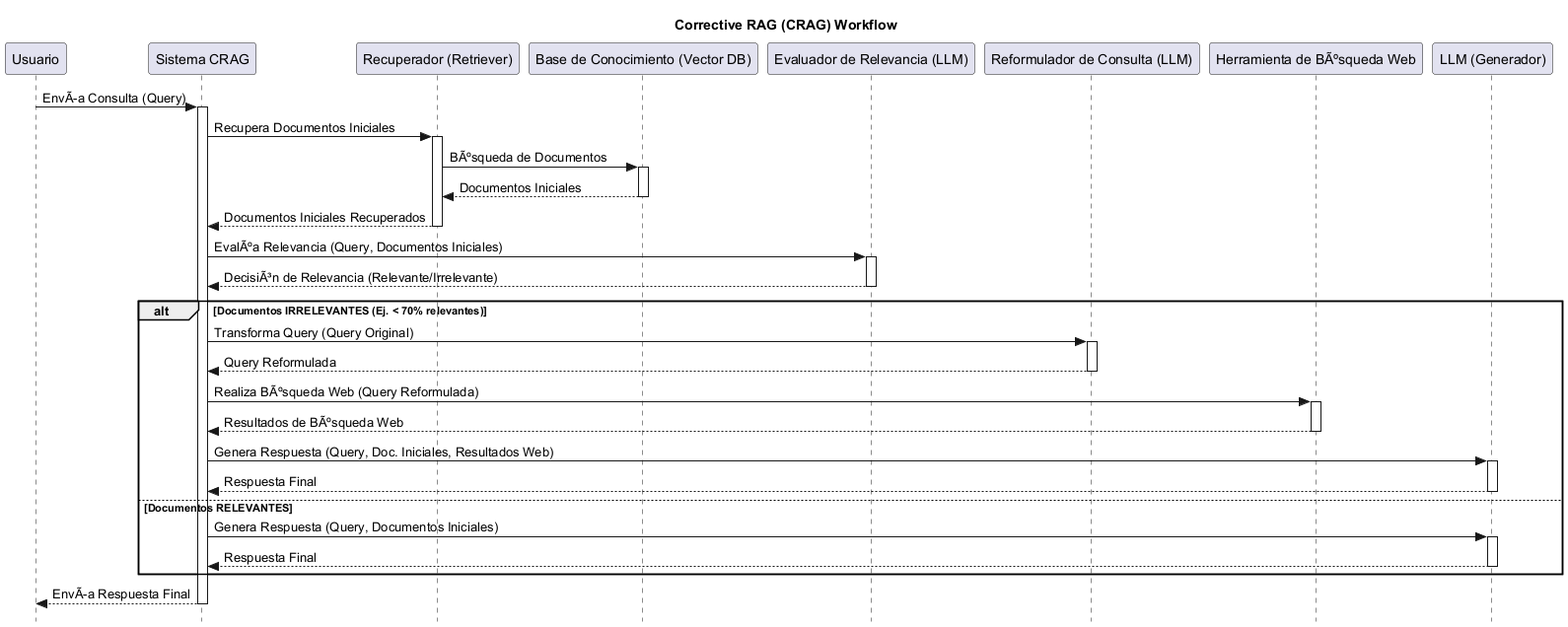
Earlier version of the PlantUML export img/crag.png (carloss4dv/langagent).
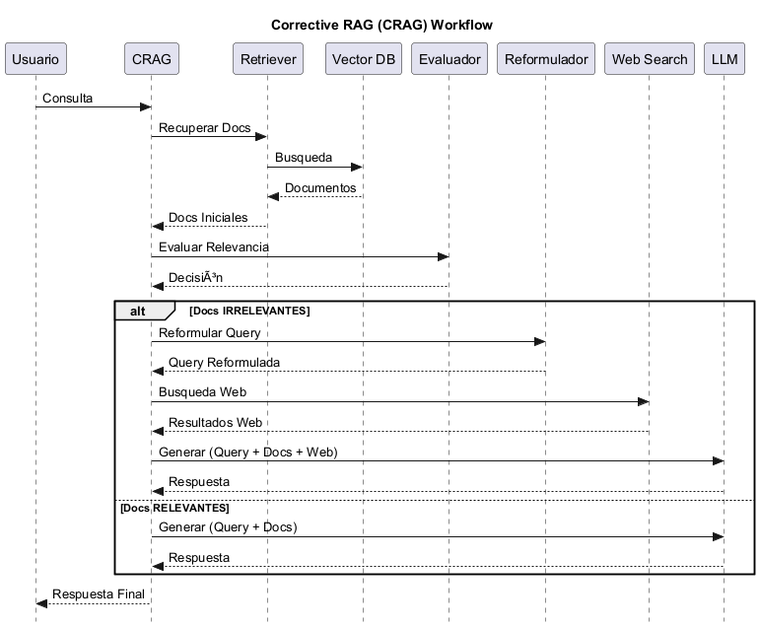
The same diagram one commit later.

Change to the diagram source:
```diff
@@ -4,54 +4,35 @@
 title Corrective RAG (CRAG) Workflow
 
 participant "Usuario" as User
-participant "Sistema CRAG" as CRAGSystem
-participant "Recuperador (Retriever)" as Retriever
-participant "Base de Conocimiento (Vector DB)" as VectorDB
-participant "Evaluador de Relevancia (LLM)" as Evaluator
-participant "Reformulador de Consulta (LLM)" as QueryRewriter
-participant "Herramienta de BÃºsqueda Web" as WebSearchTool
-participant "LLM (Generador)" as LLM
+participant "CRAG" as System
+participant "Retriever" as Ret
+participant "Vector DB" as DB
+participant "Evaluador" as Eval
+participant "Reformulador" as Reform
+participant "Web Search" as Web
+participant "LLM" as Gen
 
-User -> CRAGSystem: EnvÃ­a Consulta (Query)
-activate CRAGSystem
+User -> System: Consulta
+System -> Ret: Recuperar Docs
+Ret -> DB: Busqueda
+DB --> Ret: Documentos
+Ret --> System: Docs Iniciales
 
-CRAGSystem -> Retriever: Recupera Documentos Iniciales
-activate Retriever
-Retriever -> VectorDB: BÃºsqueda de Documentos
-activate VectorDB
-VectorDB --> Retriever: Documentos Iniciales
-deactivate VectorDB
-Retriever --> CRAGSystem: Documentos Iniciales Recuperados
-deactivate Retriever
+System -> Eval: Evaluar Relevancia
+Eval --> System: DecisiÃ³n
 
-CRAGSystem -> Evaluator: EvalÃºa Relevancia (Query, Documentos Iniciales)
-activate Evaluator
-Evaluator --> CRAGSystem: DecisiÃ³n de Relevancia (Relevante/Irrelevante)
-deactivate Evaluator
-
-alt Documentos IRRELEVANTES (Ej. < 70% relevantes)
-    CRAGSystem -> QueryRewriter: Transforma Query (Query Original)
-    activate QueryRewriter
-    QueryRewriter --> CRAGSystem: Query Reformulada
-    deactivate QueryRewriter
-
-    CRAGSystem -> WebSearchTool: Realiza BÃºsqueda Web (Query Reformulada)
-    activate WebSearchTool
-    WebSearchTool --> CRAGSystem: Resultados de BÃºsqueda Web
-    deactivate WebSearchTool
-
-    CRAGSystem -> LLM: Genera Respuesta (Query, Doc. Iniciales, Resultados Web)
-    activate LLM
-    LLM --> CRAGSystem: Respuesta Final
-    deactivate LLM
-else Documentos RELEVANTES
-    CRAGSystem -> LLM: Genera Respuesta (Query, Documentos Iniciales)
-    activate LLM
-    LLM --> CRAGSystem: Respuesta Final
-    deactivate LLM
+alt Docs IRRELEVANTES
+    System -> Reform: Reformular Query
+    Reform --> System: Query Reformulada
+    System -> Web: Busqueda Web
+    Web --> System: Resultados Web
+    System -> Gen: Generar (Query + Docs + Web)
+    Gen --> System: Respuesta
+else Docs RELEVANTES
+    System -> Gen: Generar (Query + Docs)
+    Gen --> System: Respuesta
 end
 
-CRAGSystem --> User: EnvÃ­a Respuesta Final
-deactivate CRAGSystem
+System --> User: Respuesta Final
 
 @enduml
```
